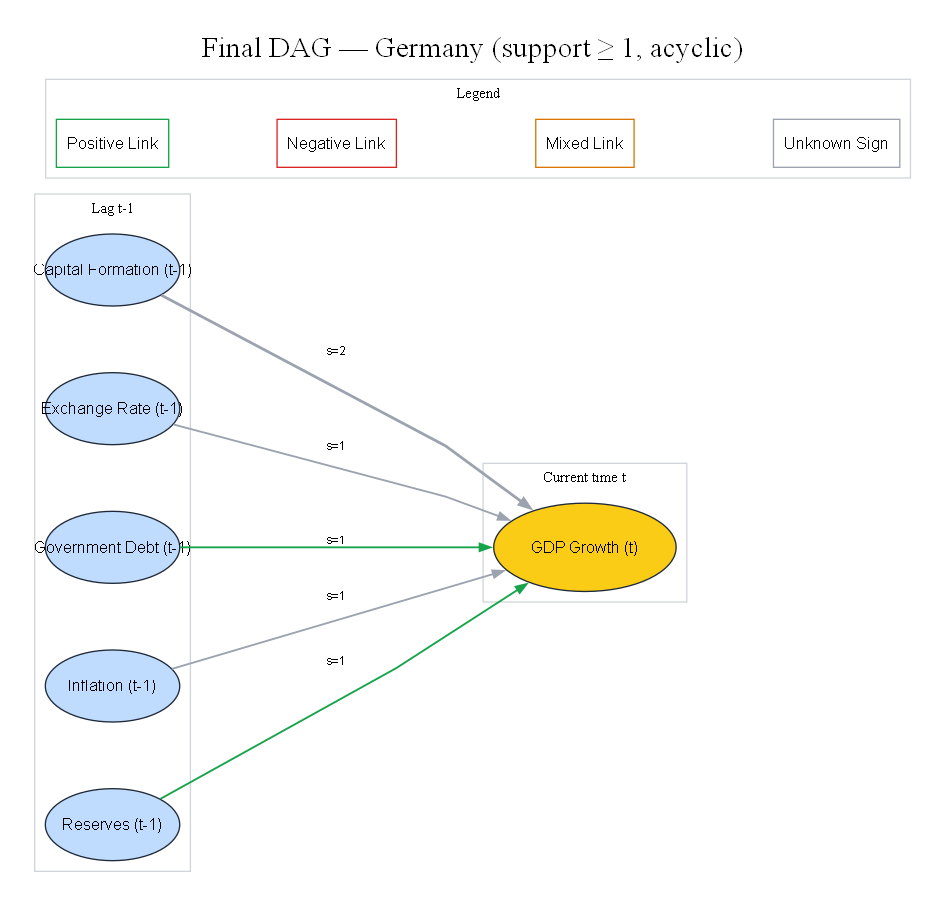
This is reports/figures/phase3E_dag/Germany/dag_final_Germany.png from biabakuya/causal-ml-macroeconomic-analysis, a Graphviz export, as it was before one commit. Its source is kept beside it as reports/figures/phase3E_dag/Germany/dag_final_Germany.dot.
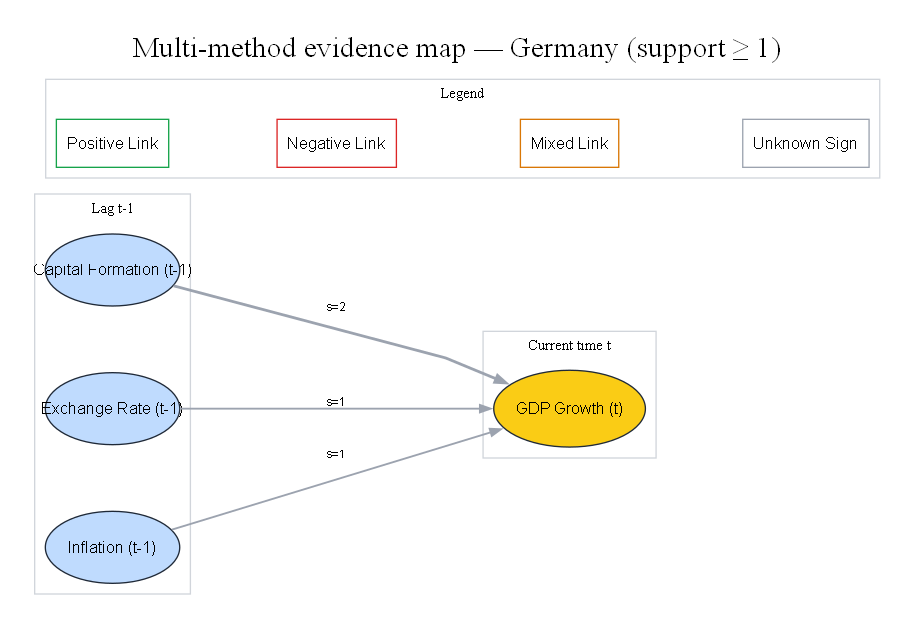
The same diagram one commit later.

What changed in the source:
```diff
@@ -1,5 +1,5 @@
 digraph DAG {
-	bgcolor=white fontsize=22 label="Final DAG — Germany (support ≥ 1, acyclic)" labelloc=t pad=0.25 rankdir=LR
+	bgcolor=white fontsize=22 label="Multi-method evidence map — Germany (support ≥ 1)" labelloc=t pad=0.25 rankdir=LR
 	graph [concentrate=false nodesep=0.7 overlap=false ranksep=1.0 splines=polyline]
 	node [color="#1f2937" fontname=Helvetica fontsize=12 shape=ellipse style=filled]
 	edge [arrowsize=0.8 fontname=Helvetica fontsize=9]
@@ -8,18 +8,14 @@
 		rank=same
 		"Capital_Formation__t-1" [label="Capital Formation (t-1)" fillcolor="#bfdbfe" fixedsize=true fontcolor=black height=0.75 width=1.4]
 		"Exchange_Rate__t-1" [label="Exchange Rate (t-1)" fillcolor="#bfdbfe" fixedsize=true fontcolor=black height=0.75 width=1.4]
-		"Government_Debt__t-1" [label="Government Debt (t-1)" fillcolor="#bfdbfe" fixedsize=true fontcolor=black height=0.75 width=1.4]
 		"Inflation__t-1" [label="Inflation (t-1)" fillcolor="#bfdbfe" fixedsize=true fontcolor=black height=0.75 width=1.4]
-		"Reserves__t-1" [label="Reserves (t-1)" fillcolor="#bfdbfe" fixedsize=true fontcolor=black height=0.75 width=1.4]
 	}
 	subgraph cluster_t {
 		color="#d1d5db" fontsize=11 label="Current time t"
 		rank=same
-		GDP_Growth__t [label="GDP Growth (t)" fillcolor="#facc15" fixedsize=true fontcolor=black height=0.9199999999999999 width=1.9000000000000001]
+		GDP_Growth__t [label="GDP Growth (t)" fillcolor="#facc15" fixedsize=true fontcolor=black height=0.8 width=1.58]
 	}
 	"Capital_Formation__t-1" -> GDP_Growth__t [label="s=2" color="#9ca3af" minlen=2 penwidth=2.0999999999999996]
-	"Reserves__t-1" -> GDP_Growth__t [label="s=1" color="#16a34a" minlen=2 penwidth=1.4]
-	"Government_Debt__t-1" -> GDP_Growth__t [label="s=1" color="#16a34a" minlen=2 penwidth=1.4]
 	"Exchange_Rate__t-1" -> GDP_Growth__t [label="s=1" color="#9ca3af" minlen=2 penwidth=1.4]
 	"Inflation__t-1" -> GDP_Growth__t [label="s=1" color="#9ca3af" minlen=2 penwidth=1.4]
 	subgraph cluster_legend {
```
